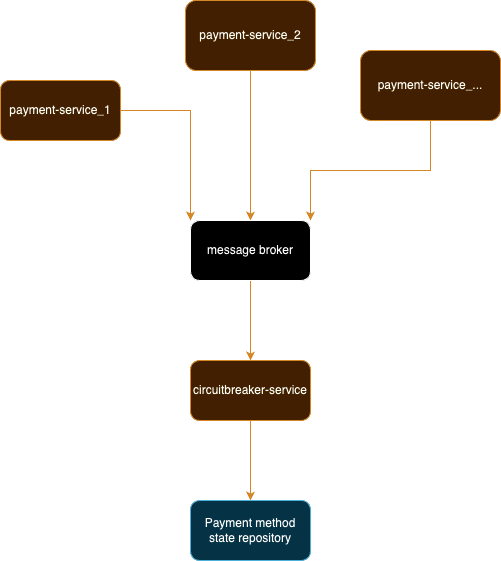
Earlier version of the draw.io export assets/img/articles/2024-11-30-circuitbreaker-not-only-for-http-calls/arch.png (allegro/blog). Source tidied: cells renumbered, new cells last; positions are measured from the earlier drawing's top-left corner, leaving out a move shared by most shapes.
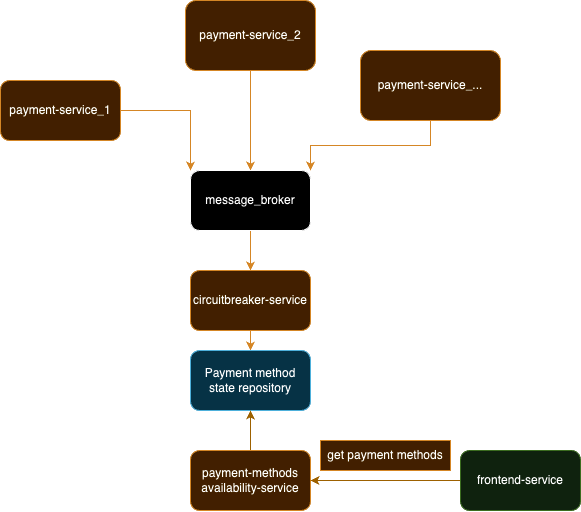
The same file after the commit.

Commit message:
circuitbreaker-not-only-for-http-calls

What changed in the source:
```diff
@@ -23,17 +23,32 @@
     <mxCell id="8" style="edgeStyle=orthogonalEdgeStyle;rounded=0;jettySize=auto;html=1;exitX=0.5;exitY=1;exitDx=0;exitDy=0;entryX=0.5;entryY=0;entryDx=0;entryDy=0;fillColor=#fad7ac;strokeColor=#b46504;" parent="1" edge="1" source="9" target="11">
       <mxGeometry relative="1" as="geometry" />
     </mxCell>
-    <mxCell id="9" value="message broker" style="rounded=1;whiteSpace=wrap;html=1;" parent="1" vertex="1">
-      <mxGeometry x="190" y="220" width="120" height="60" as="geometry" />
+    <mxCell id="9" value="message_broker" style="rounded=1;whiteSpace=wrap;html=1;" parent="1" vertex="1">
+      <mxGeometry x="190" y="170" width="120" height="60" as="geometry" />
     </mxCell>
     <mxCell id="10" style="edgeStyle=orthogonalEdgeStyle;rounded=0;jettySize=auto;html=1;exitX=0.5;exitY=1;exitDx=0;exitDy=0;entryX=0.5;entryY=0;entryDx=0;entryDy=0;fillColor=#fad7ac;strokeColor=#b46504;" parent="1" edge="1" source="11" target="12">
       <mxGeometry relative="1" as="geometry" />
     </mxCell>
     <mxCell id="11" value="circuitbreaker-service" style="rounded=1;whiteSpace=wrap;html=1;fillColor=#fad7ac;strokeColor=#b46504;" parent="1" vertex="1">
-      <mxGeometry x="190" y="360" width="120" height="60" as="geometry" />
+      <mxGeometry x="190" y="270" width="120" height="60" as="geometry" />
     </mxCell>
     <mxCell id="12" value="Payment method state repository" style="rounded=1;whiteSpace=wrap;html=1;fillColor=#b1ddf0;strokeColor=#10739e;" parent="1" vertex="1">
-      <mxGeometry x="190" y="500" width="120" height="60" as="geometry" />
+      <mxGeometry x="190" y="350" width="120" height="60" as="geometry" />
     </mxCell>
+    <mxCell id="13" style="edgeStyle=orthogonalEdgeStyle;rounded=0;jettySize=auto;html=1;fillColor=#ffe6cc;strokeColor=#d79b00;entryX=0.5;entryY=1;entryDx=0;entryDy=0;exitX=0.5;exitY=0;exitDx=0;exitDy=0;" parent="1" edge="1" source="14" target="12">
+      <mxGeometry relative="1" as="geometry" />
+    </mxCell>
+    <mxCell id="14" value="payment-methods availability-service" style="rounded=1;whiteSpace=wrap;html=1;fillColor=#fad7ac;strokeColor=#b46504;" parent="1" vertex="1">
+      <mxGeometry x="190" y="450" width="120" height="60" as="geometry" />
+    </mxCell>
+    <mxCell id="15" style="edgeStyle=orthogonalEdgeStyle;rounded=0;jettySize=auto;html=1;entryX=1;entryY=0.5;entryDx=0;entryDy=0;fillColor=#ffe6cc;strokeColor=#d79b00;" parent="1" edge="1" source="16" target="14">
+      <mxGeometry relative="1" as="geometry" />
+    </mxCell>
+    <mxCell id="16" value="frontend-service" style="rounded=1;whiteSpace=wrap;html=1;fillColor=#d5e8d4;strokeColor=#82b366;" parent="1" vertex="1">
+      <mxGeometry x="460" y="450" width="120" height="60" as="geometry" />
+    </mxCell>
+    <mxCell id="17" value="get payment&lt;span style=&quot;background-color: initial;&quot;&gt;&amp;nbsp;methods&lt;/span&gt;" style="text;html=1;align=center;verticalAlign=middle;whiteSpace=wrap;rounded=0;fillColor=#fad7ac;strokeColor=#b46504;" parent="1" vertex="1">
+      <mxGeometry x="320" y="440" width="130" height="30" as="geometry" />
+    </mxCell>
   </root>
 </mxGraphModel>
```
